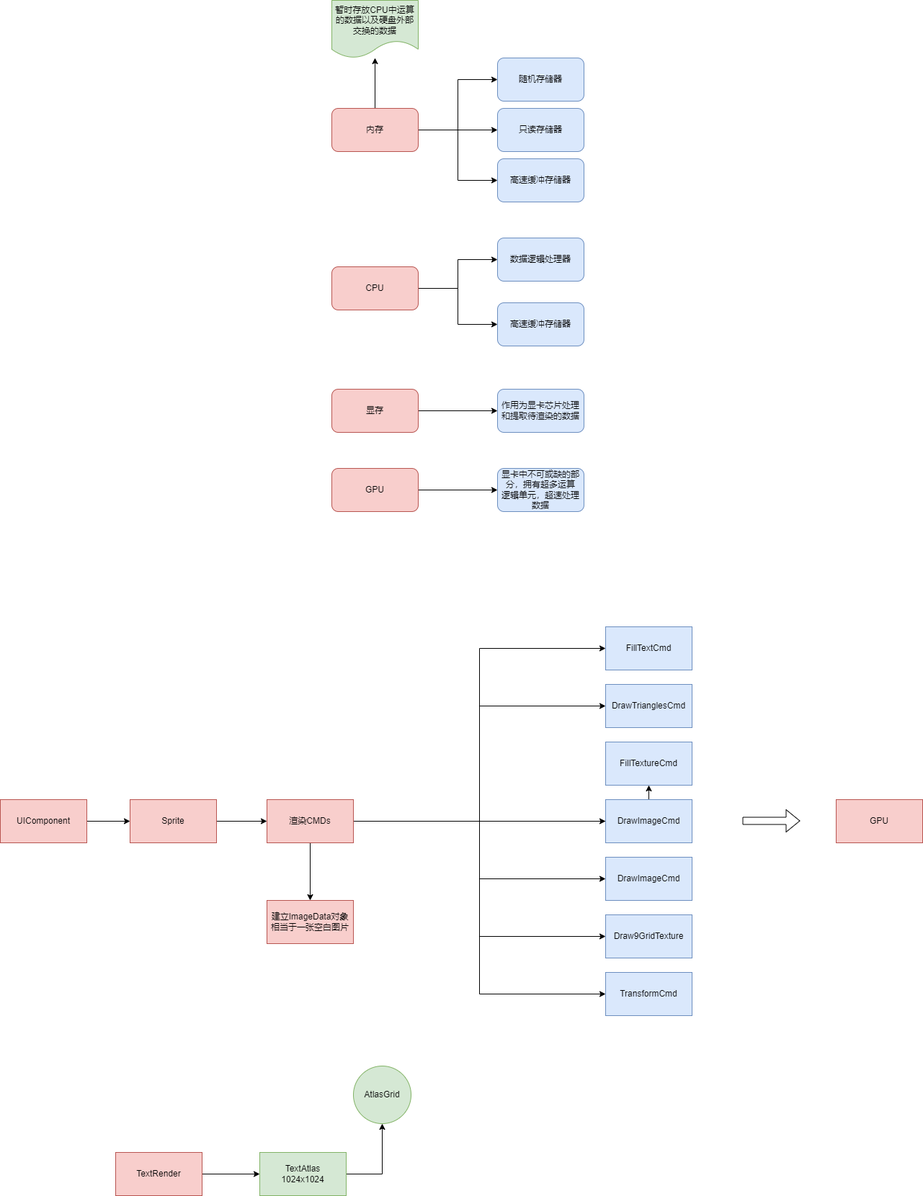
Above: 未命名绘图.drawio.png in nikeoboy/mahjong (draw.io), before the change. Source tidied: cells renumbered, new cells last; positions are measured from the earlier drawing's top-left corner, leaving out a move shared by most shapes.
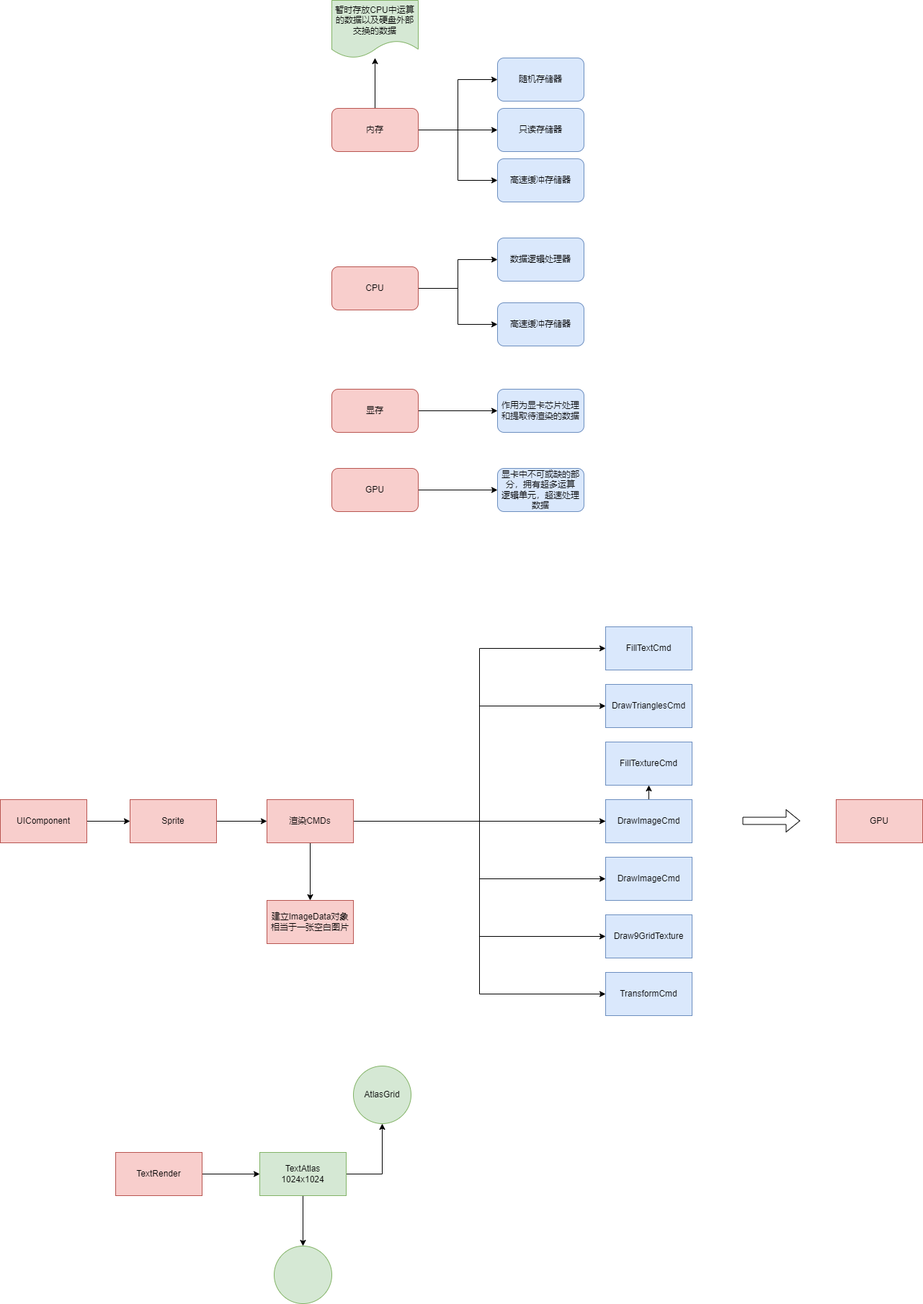
The same file after the commit.

Commit message:
更新未命名绘图.drawio.png

Diff of the diagram source:
```diff
@@ -143,11 +143,17 @@
     <mxCell id="47" style="edgeStyle=orthogonalEdgeStyle;rounded=0;jettySize=auto;html=1;" parent="1" edge="1" source="48" target="49">
       <mxGeometry relative="1" as="geometry" />
     </mxCell>
+    <mxCell id="50" style="edgeStyle=orthogonalEdgeStyle;rounded=0;jettySize=auto;html=1;" parent="1" edge="1" source="48" target="51">
+      <mxGeometry relative="1" as="geometry" />
+    </mxCell>
     <mxCell id="48" value="TextAtlas&lt;br&gt;1024x1024" style="whiteSpace=wrap;html=1;fillColor=#d5e8d4;strokeColor=#82b366;rounded=0;" parent="1" vertex="1">
       <mxGeometry x="360" y="1600" width="120" height="60" as="geometry" />
     </mxCell>
     <mxCell id="49" value="AtlasGrid" style="ellipse;whiteSpace=wrap;html=1;fillColor=#d5e8d4;strokeColor=#82b366;rounded=0;" parent="1" vertex="1">
       <mxGeometry x="490" y="1480" width="80" height="80" as="geometry" />
     </mxCell>
+    <mxCell id="51" style="ellipse;whiteSpace=wrap;html=1;fillColor=#d5e8d4;strokeColor=#82b366;rounded=0;" parent="1" vertex="1">
+      <mxGeometry x="380" y="1730" width="80" height="80" as="geometry" />
+    </mxCell>
   </root>
 </mxGraphModel>
```
